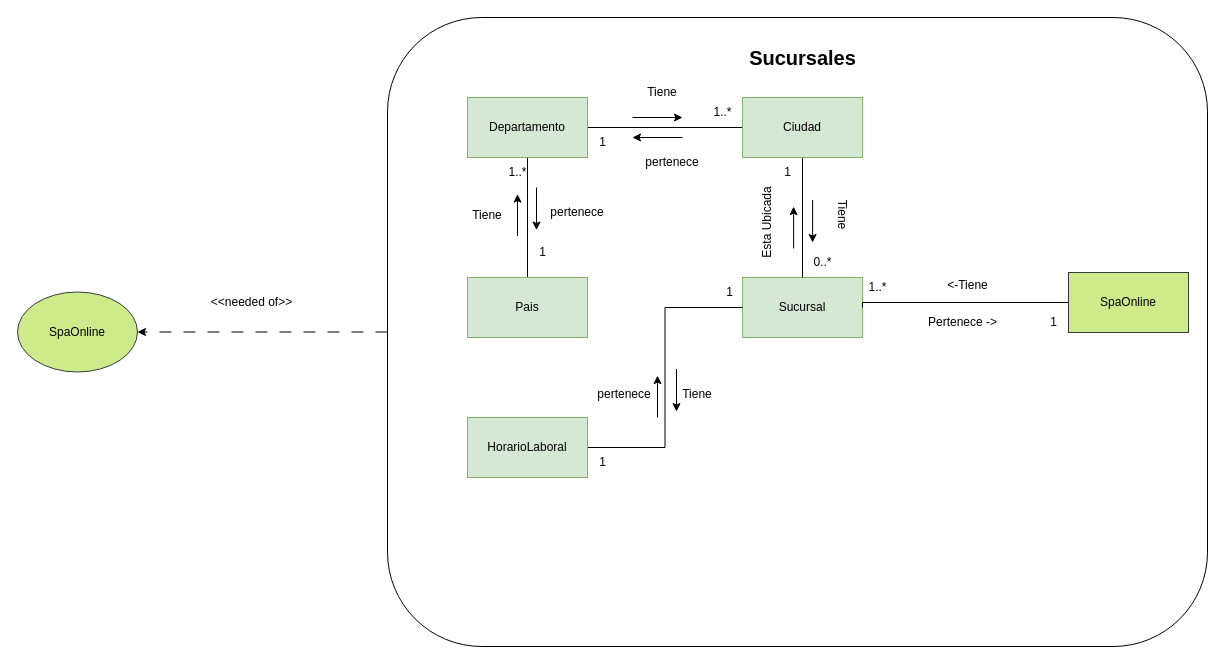
Before: page "4.4 Sucursales-ModeloDominioAcotado" (7 of 12) of SpaOnline/ModeloDominioSpa.drawio in cristianospina/DOO, a draw.io diagram. Source tidied: cells renumbered, new cells numbered last; positions are measured from the earlier drawing's top-left corner, leaving out a move shared by most shapes. Both pictures are drawn from the tidied source at 100%, with x=0, y=0 at pixel (17, 17).
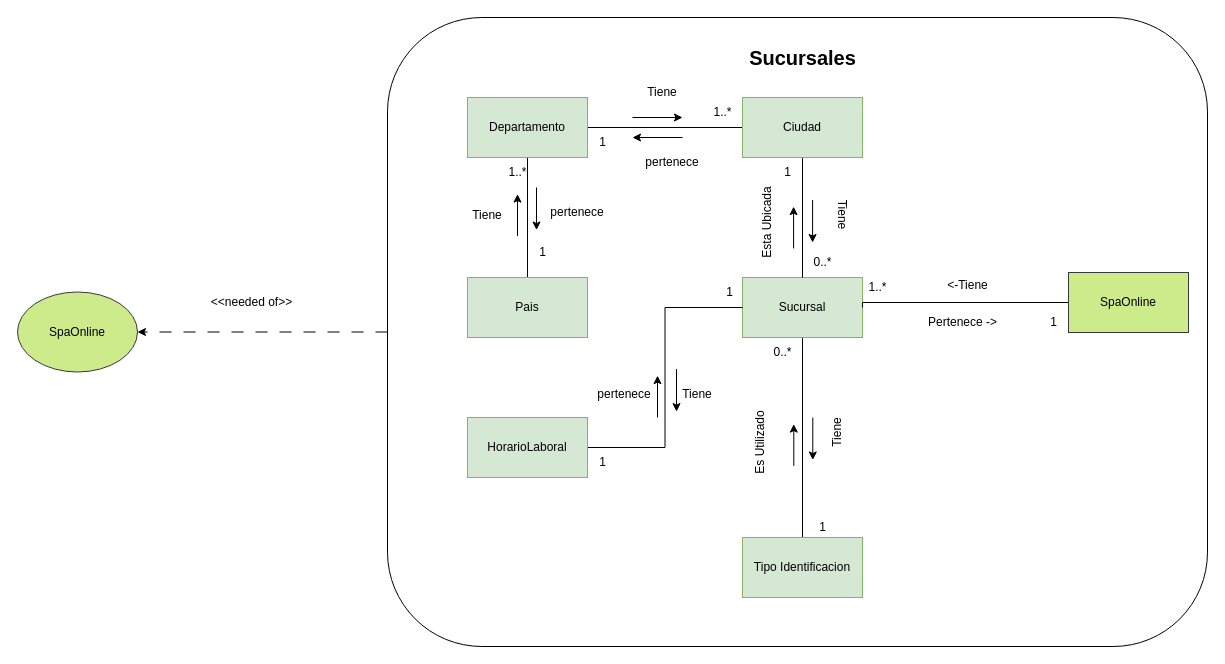
After the change.

Unchanged cells that the change refers to:
```xml
<mxCell id="4" value="Sucursal" style="rounded=0;whiteSpace=wrap;html=1;fillColor=#d5e8d4;strokeColor=#82b366;" parent="1" vertex="1">
  <mxGeometry x="725" y="260" width="120" height="60" as="geometry" />
</mxCell>
```

Change to the diagram source:
```diff
@@
+    <mxCell id="46" style="edgeStyle=orthogonalEdgeStyle;rounded=0;jettySize=auto;html=1;endArrow=none;endFill=0;" parent="1" edge="1" source="4" target="47">
+      <mxGeometry relative="1" as="geometry" />
+    </mxCell>
@@
+    <mxCell id="47" value="Tipo Identificacion" style="rounded=0;whiteSpace=wrap;html=1;fillColor=#d5e8d4;strokeColor=#82b366;" parent="1" vertex="1">
+      <mxGeometry x="725" y="520" width="120" height="60" as="geometry" />
+    </mxCell>
+    <mxCell id="48" value="0..*" style="text;html=1;align=center;verticalAlign=middle;strokeColor=none;fillColor=none;" parent="1" vertex="1">
+      <mxGeometry x="745" y="320" width="40" height="30" as="geometry" />
+    </mxCell>
+    <mxCell id="49" value="Es Utilizado" style="text;html=1;align=center;verticalAlign=middle;whiteSpace=wrap;rounded=0;rotation=-90;" parent="1" vertex="1">
+      <mxGeometry x="705" y="410" width="75" height="30" as="geometry" />
+    </mxCell>
+    <mxCell id="50" value="Tiene" style="text;html=1;align=center;verticalAlign=middle;whiteSpace=wrap;rounded=0;rotation=-90;" parent="1" vertex="1">
+      <mxGeometry x="790" y="400" width="60" height="30" as="geometry" />
+    </mxCell>
+    <mxCell id="51" value="1" style="text;html=1;align=center;verticalAlign=middle;strokeColor=none;fillColor=none;" parent="1" vertex="1">
+      <mxGeometry x="790" y="495" width="30" height="30" as="geometry" />
+    </mxCell>
@@
+    <mxCell id="52" style="endArrow=classic;html=1;rounded=0;" parent="1" edge="1">
+      <mxGeometry relative="1" as="geometry">
+        <mxPoint x="795.3" y="400" as="sourcePoint" />
+        <mxPoint x="795.3" y="442.5" as="targetPoint" />
+      </mxGeometry>
+    </mxCell>
+    <mxCell id="53" style="endArrow=classic;html=1;rounded=0;" parent="1" edge="1">
+      <mxGeometry relative="1" as="geometry">
+        <mxPoint x="776.3" y="448.4" as="sourcePoint" />
+        <mxPoint x="776.3" y="406.6" as="targetPoint" />
+      </mxGeometry>
+    </mxCell>
```
